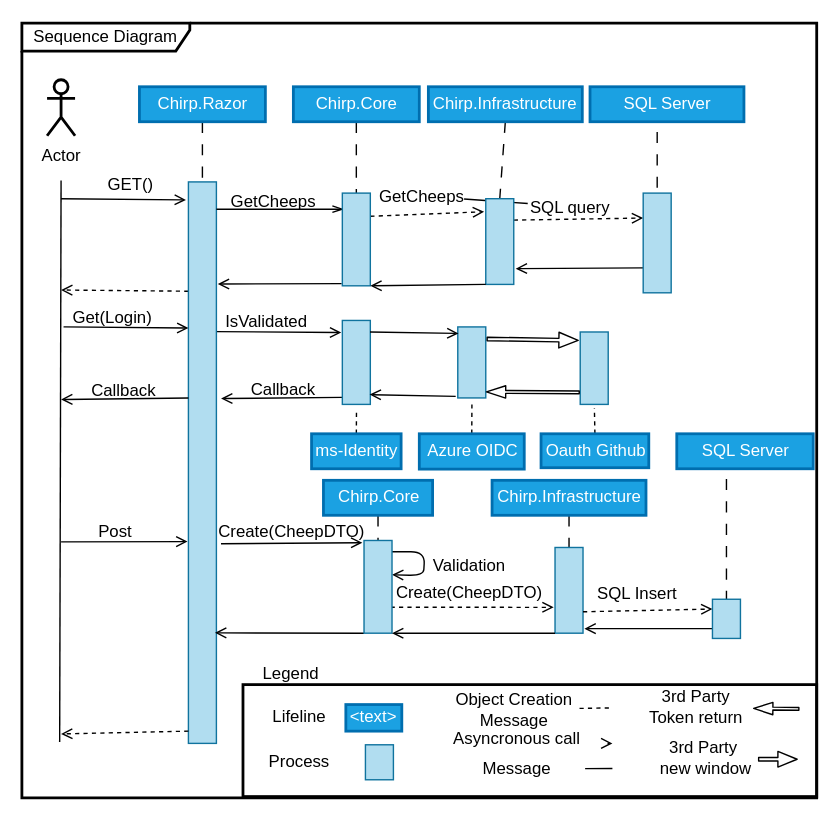
This is Docs/Images/SequenceDiagramAuthorized.svg from ITU-BDSA23-GROUP4/Chirp, a draw.io export, as it was before one commit. Source tidied: cells renumbered, new cells last; positions are measured from the earlier drawing's top-left corner, leaving out a move shared by most shapes.
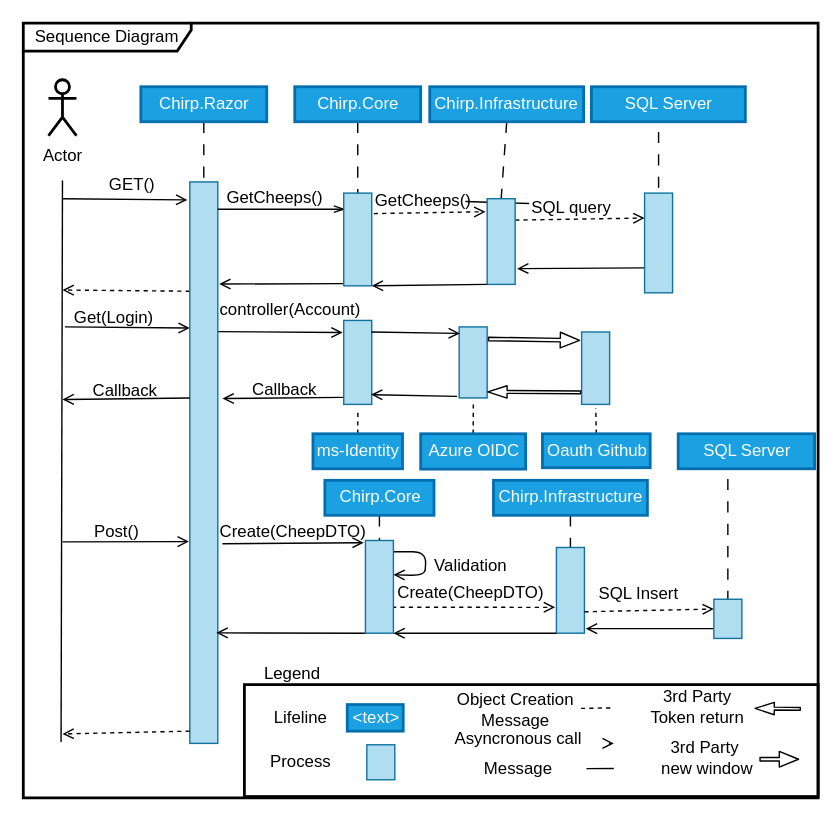
After the change.

What changed in the source:
```diff
@@ -60,7 +60,7 @@
     <mxCell id="17" value="Chirp.Core" style="html=1;strokeColor=#006EAF;strokeWidth=2;fillColor=#1ba1e2;fontColor=#ffffff;" parent="1" vertex="1">
       <mxGeometry x="194" y="45.5" width="90" height="25" as="geometry" />
     </mxCell>
-    <mxCell id="18" style="edgeStyle=none;html=1;exitX=1;exitY=0.25;exitDx=0;exitDy=0;strokeColor=#000000;fontColor=#000000;endArrow=open;endFill=0;dashed=1;entryX=-0.059;entryY=0.152;entryDx=0;entryDy=0;entryPerimeter=0;" parent="1" edge="1" source="28" target="29">
+    <mxCell id="18" style="edgeStyle=none;html=1;exitX=1.072;exitY=0.221;exitDx=0;exitDy=0;strokeColor=#000000;fontColor=#000000;endArrow=open;endFill=0;dashed=1;entryX=-0.059;entryY=0.152;entryDx=0;entryDy=0;entryPerimeter=0;exitPerimeter=0;" parent="1" edge="1" source="28" target="29">
       <mxGeometry relative="1" as="geometry" />
     </mxCell>
     <mxCell id="19" style="endArrow=openThin;html=1;strokeColor=#000000;fontColor=#000000;exitX=1;exitY=0.25;exitDx=0;exitDy=0;entryX=0;entryY=0.25;entryDx=0;entryDy=0;endFill=0;" parent="1" edge="1">
@@ -74,8 +74,8 @@
         <mxPoint x="361.5" y="129" as="targetPoint" />
       </mxGeometry>
     </mxCell>
-    <mxCell id="21" value="GetCheeps" style="text;html=1;strokeColor=none;fillColor=none;align=center;verticalAlign=middle;whiteSpace=wrap;rounded=0;strokeWidth=1;fontColor=#000000;" parent="1" vertex="1">
-      <mxGeometry x="256" y="113.5" width="60" height="20" as="geometry" />
+    <mxCell id="21" value="GetCheeps()" style="text;html=1;strokeColor=none;fillColor=none;align=center;verticalAlign=middle;whiteSpace=wrap;rounded=0;strokeWidth=1;fontColor=#000000;" parent="1" vertex="1">
+      <mxGeometry x="256" y="116.5" width="60" height="20" as="geometry" />
     </mxCell>
     <mxCell id="22" style="edgeStyle=none;html=1;entryX=0.5;entryY=0;entryDx=0;entryDy=0;dashed=1;dashPattern=8 8;strokeColor=#000000;fontColor=#000000;endArrow=none;endFill=0;" parent="1" edge="1" target="25">
       <mxGeometry relative="1" as="geometry">
@@ -91,8 +91,8 @@
     <mxCell id="25" style="html=1;strokeColor=#10739e;strokeWidth=1;fillColor=#b1ddf0;" parent="1" vertex="1">
       <mxGeometry x="444" y="121.5" width="20" height="71.2" as="geometry" />
     </mxCell>
-    <mxCell id="26" value="GetCheeps" style="text;html=1;strokeColor=none;fillColor=none;align=center;verticalAlign=middle;whiteSpace=wrap;rounded=0;strokeWidth=1;fontColor=#000000;" parent="1" vertex="1">
-      <mxGeometry x="150" y="117.5" width="60" height="20" as="geometry" />
+    <mxCell id="26" value="GetCheeps()" style="text;html=1;strokeColor=none;fillColor=none;align=center;verticalAlign=middle;whiteSpace=wrap;rounded=0;strokeWidth=1;fontColor=#000000;" parent="1" vertex="1">
+      <mxGeometry x="150" y="114.5" width="60" height="20" as="geometry" />
     </mxCell>
     <mxCell id="27" style="edgeStyle=none;html=1;strokeColor=#000000;fontColor=#000000;endArrow=open;endFill=0;targetPerimeterSpacing=18;entryX=1;entryY=0.5;entryDx=0;entryDy=0;exitX=-0.075;exitY=0.833;exitDx=0;exitDy=0;exitPerimeter=0;" parent="1" edge="1">
       <mxGeometry relative="1" as="geometry">
@@ -106,8 +106,8 @@
     <mxCell id="29" style="html=1;strokeColor=#10739e;strokeWidth=1;fillColor=#b1ddf0;" parent="1" vertex="1">
       <mxGeometry x="331.5" y="125.5" width="20" height="61.2" as="geometry" />
     </mxCell>
-    <mxCell id="30" value="IsValidated" style="text;html=1;strokeColor=none;fillColor=none;align=center;verticalAlign=middle;whiteSpace=wrap;rounded=0;strokeWidth=1;fontColor=#000000;" parent="1" vertex="1">
-      <mxGeometry x="140" y="203.5" width="70" height="20" as="geometry" />
+    <mxCell id="30" value="&lt;span dir=&quot;ltr&quot; class=&quot;ui-provider buk bul bln bum bun buo bup buq bur bus but buu buv buw bux buy buz bva bvb bvc bvd bve bvf bvg bvh bvi bvj bvk bvl bvm bvn bvo bvp bvq bvr&quot;&gt;controller&lt;/span&gt;(Account)" style="text;html=1;strokeColor=none;fillColor=none;align=center;verticalAlign=middle;whiteSpace=wrap;rounded=0;strokeWidth=1;fontColor=#000000;" parent="1" vertex="1">
+      <mxGeometry x="156" y="194.5" width="70" height="20" as="geometry" />
     </mxCell>
     <mxCell id="31" style="edgeStyle=none;html=1;exitX=0;exitY=0.75;exitDx=0;exitDy=0;strokeColor=#000000;fontColor=#000000;endArrow=open;endFill=0;targetPerimeterSpacing=18;entryX=1.166;entryY=0.683;entryDx=0;entryDy=0;entryPerimeter=0;" parent="1" edge="1">
       <mxGeometry relative="1" as="geometry">
@@ -225,7 +225,7 @@
         <mxPoint x="28" y="508" as="targetPoint" />
       </mxGeometry>
     </mxCell>
-    <mxCell id="60" value="Post" style="text;html=1;strokeColor=none;fillColor=none;align=center;verticalAlign=middle;whiteSpace=wrap;rounded=0;strokeWidth=1;fontColor=#000000;" parent="1" vertex="1">
+    <mxCell id="60" value="Post()" style="text;html=1;strokeColor=none;fillColor=none;align=center;verticalAlign=middle;whiteSpace=wrap;rounded=0;strokeWidth=1;fontColor=#000000;" parent="1" vertex="1">
       <mxGeometry x="37" y="353.8" width="60" height="20" as="geometry" />
     </mxCell>
     <mxCell id="61" style="edgeStyle=none;html=1;entryX=0.5;entryY=0;entryDx=0;entryDy=0;dashed=1;dashPattern=8 8;strokeColor=#000000;fontColor=#000000;endArrow=none;endFill=0;exitX=0.5;exitY=1;exitDx=0;exitDy=0;" parent="1" edge="1" source="62" target="70">
```
